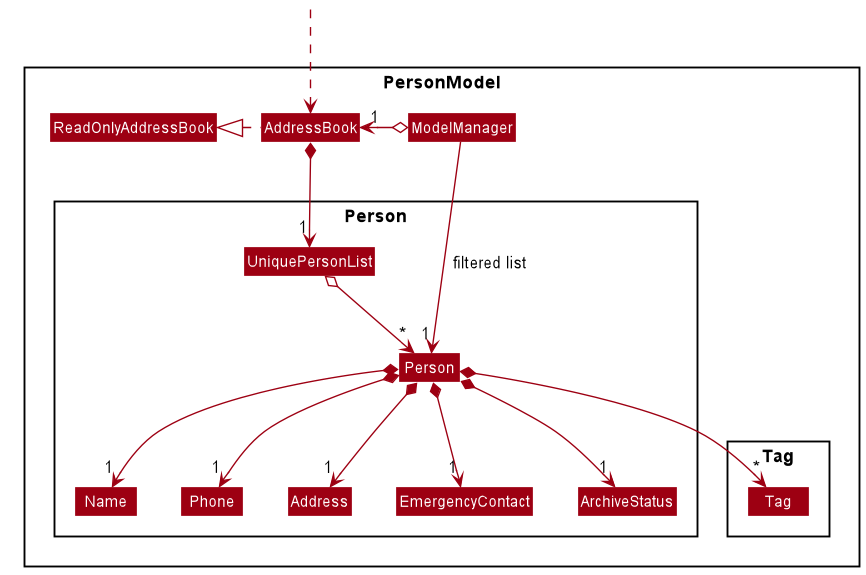
Earlier version of the PlantUML export docs/images/PersonModelClassDiagram.png (nus-cs2103-AY2021S1/tp). Its source is kept beside it as docs/diagrams/PersonModelClassDiagram.puml. The source it was exported from:
```plantuml
@startuml
!include style.puml
skinparam arrowThickness 1.1
skinparam arrowColor MODEL_COLOR
skinparam classBackgroundColor MODEL_COLOR

Package PersonModel <<Rectangle>>{
Class ModelManager
Class AddressBook
Class ReadOnlyAddressBook

Package Person {
Class Person
Class Name
Class Phone
Class EmergencyContact
Class Address
Class ArchiveStatus
Class UniquePersonList
}

Package Tag {
Class Tag
}
}
Class HiddenOutside #FFFFFF
HiddenOutside ..> AddressBook

AddressBook .left.|> ReadOnlyAddressBook
AddressBook *--> "1" UniquePersonList
UniquePersonList o--> "*" Person
ModelManager o-left-> "1" AddressBook
Person *--> "1" Name
Person *--> "1" Phone
Person *--> "1" EmergencyContact
Person *--> "1" Address
Person *--> "1" ArchiveStatus
Person *--> "*" Tag

Name -[hidden]right-> Phone
Phone -[hidden]right-> Address


ModelManager -down->"1" Person : filtered list
@enduml
```
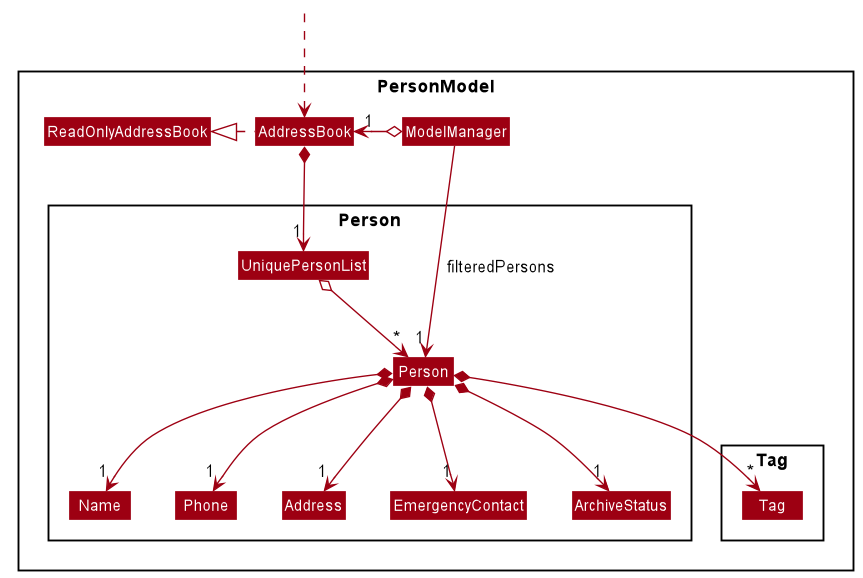
The same diagram one commit later.

The edit, as a diff of the source:
```diff
@@ -41,5 +41,5 @@
 Phone -[hidden]right-> Address
 
 
-ModelManager -down->"1" Person : filtered list
+ModelManager -down->"1" Person : filteredPersons
 @enduml
```
